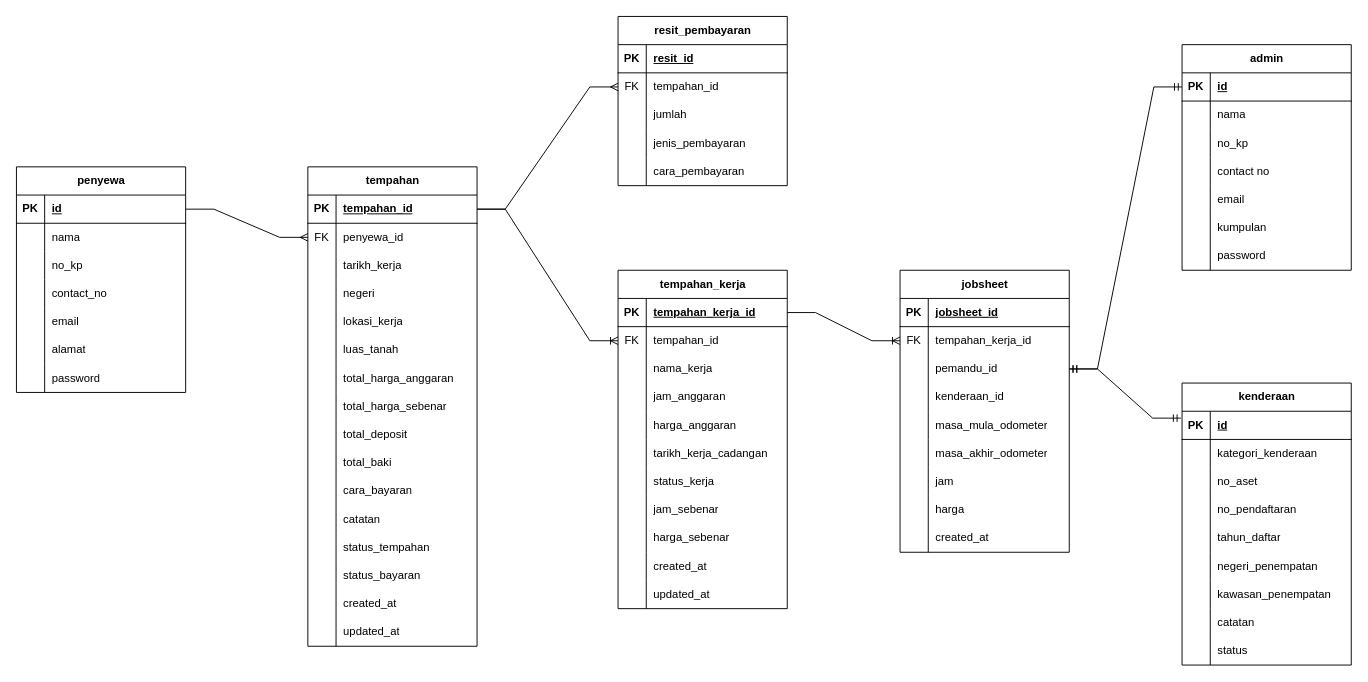
dzulkarnain761/tempahan_kenderaan_kenaf keeps this draw.io diagram as erd ebooking.drawio. Above is the earlier version. Source tidied: cells renumbered, new cells numbered last; positions are measured from the earlier drawing's top-left corner, leaving out a move shared by most shapes. Both pictures are drawn from the tidied source at 94%, with x=0, y=0 at pixel (16, -87).
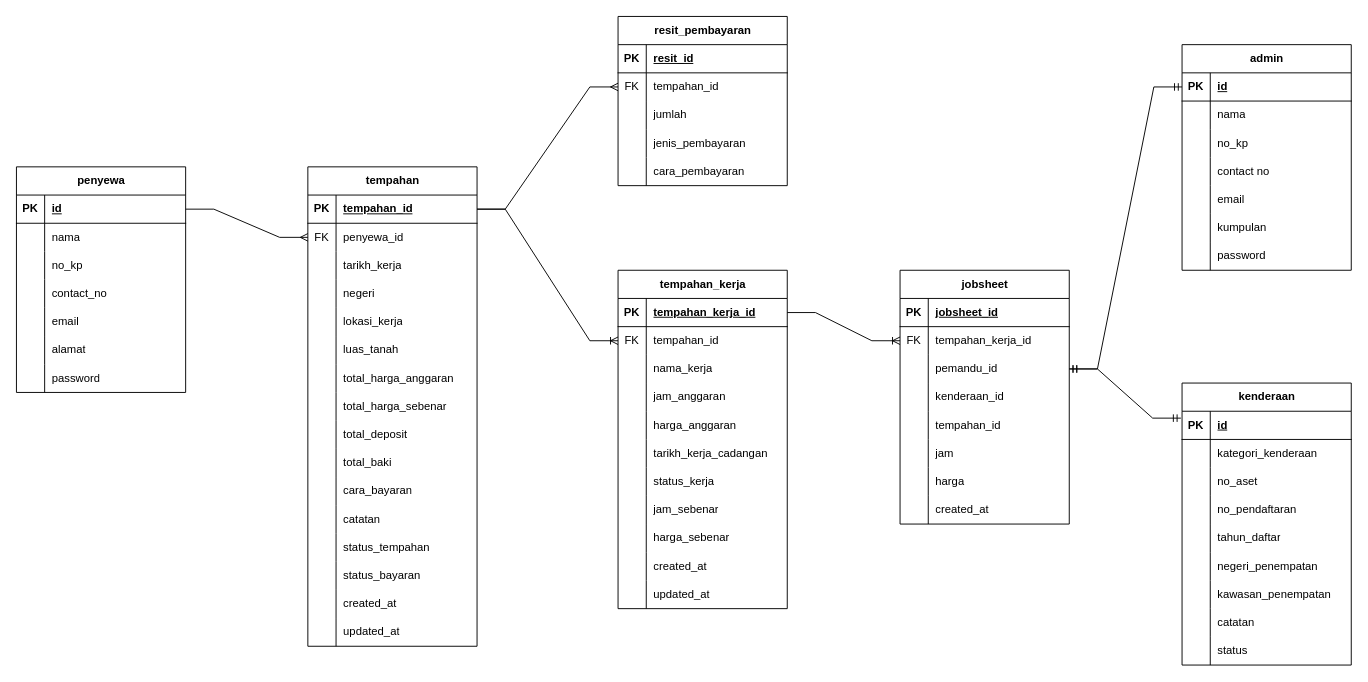
The same diagram, later.

The change refers to these unchanged cells:
```xml
<mxCell id="159" style="shape=tableRow;horizontal=0;startSize=0;swimlaneHead=0;swimlaneBody=0;fillColor=none;top=0;left=0;right=0;bottom=0;" parent="146" vertex="1">
  <mxGeometry y="150" width="180" height="30" as="geometry" />
</mxCell>
```

What changed in the source:
```diff
@@
     <mxCell id="146" value="jobsheet" style="shape=table;startSize=30;childLayout=tableLayout;rowLines=0;fontStyle=1;align=center;html=1;" parent="1" vertex="1">
-      <mxGeometry x="940" y="380" width="180" height="300" as="geometry" />
+      <mxGeometry x="940" y="380" width="180" height="270" as="geometry" />
     </mxCell>
@@
-    <mxCell id="161" value="masa_mula_odometer" style="shape=partialRectangle;fillColor=none;top=0;left=0;bottom=0;right=0;align=left;spacingLeft=6;overflow=hidden;whiteSpace=wrap;html=1;" parent="159" vertex="1">
+    <mxCell id="161" value="tempahan_id" style="shape=partialRectangle;fillColor=none;top=0;left=0;bottom=0;right=0;align=left;spacingLeft=6;overflow=hidden;whiteSpace=wrap;html=1;" parent="159" vertex="1">
       <mxGeometry x="30" width="150" height="30" as="geometry" />
     </mxCell>
-    <mxCell id="162" style="shape=tableRow;horizontal=0;startSize=0;swimlaneHead=0;swimlaneBody=0;fillColor=none;top=0;left=0;right=0;bottom=0;" parent="146" vertex="1">
-      <mxGeometry y="180" width="180" height="30" as="geometry" />
-    </mxCell>
-    <mxCell id="163" style="shape=partialRectangle;fillColor=none;top=0;left=0;bottom=0;right=0;overflow=hidden;whiteSpace=wrap;html=1;" parent="162" vertex="1">
-      <mxGeometry width="30" height="30" as="geometry" />
-    </mxCell>
-    <mxCell id="164" value="masa_akhir_odometer" style="shape=partialRectangle;fillColor=none;top=0;left=0;bottom=0;right=0;align=left;spacingLeft=6;overflow=hidden;whiteSpace=wrap;html=1;" parent="162" vertex="1">
-      <mxGeometry x="30" width="150" height="30" as="geometry" />
-    </mxCell>
     <mxCell id="165" style="shape=tableRow;horizontal=0;startSize=0;swimlaneHead=0;swimlaneBody=0;fillColor=none;top=0;left=0;right=0;bottom=0;" parent="146" vertex="1">
-      <mxGeometry y="210" width="180" height="30" as="geometry" />
+      <mxGeometry y="180" width="180" height="30" as="geometry" />
     </mxCell>
@@
     <mxCell id="168" style="shape=tableRow;horizontal=0;startSize=0;swimlaneHead=0;swimlaneBody=0;fillColor=none;top=0;left=0;right=0;bottom=0;" parent="146" vertex="1">
-      <mxGeometry y="240" width="180" height="30" as="geometry" />
+      <mxGeometry y="210" width="180" height="30" as="geometry" />
     </mxCell>
@@
     <mxCell id="171" style="shape=tableRow;horizontal=0;startSize=0;swimlaneHead=0;swimlaneBody=0;fillColor=none;top=0;left=0;right=0;bottom=0;" parent="146" vertex="1">
-      <mxGeometry y="270" width="180" height="30" as="geometry" />
+      <mxGeometry y="240" width="180" height="30" as="geometry" />
     </mxCell>
```
